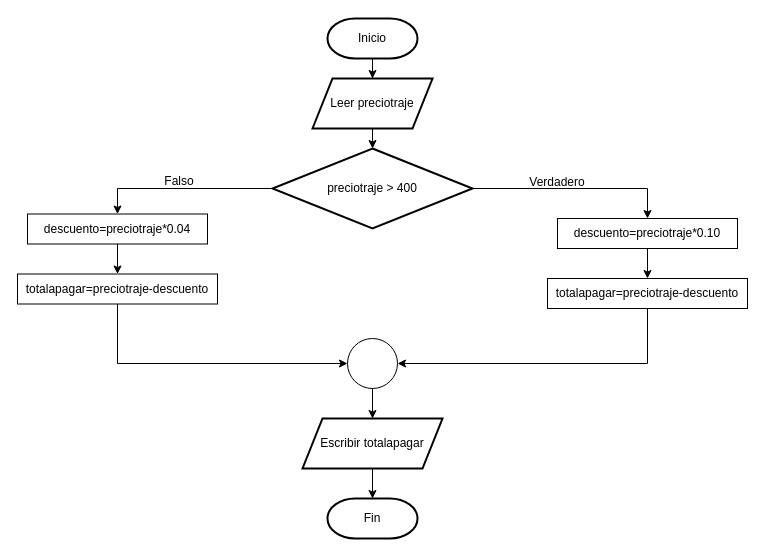
Theo-17/PRACTICA-1 keeps this draw.io diagram as page "Page-2" (2 of 3) of Untitled Diagram.drawio. Above is the earlier version. Source tidied: cells renumbered, new cells numbered last; positions are measured from the earlier drawing's top-left corner, leaving out a move shared by most shapes. Both pictures are drawn from the tidied source at 100%, with x=0, y=0 at pixel (17, 18).
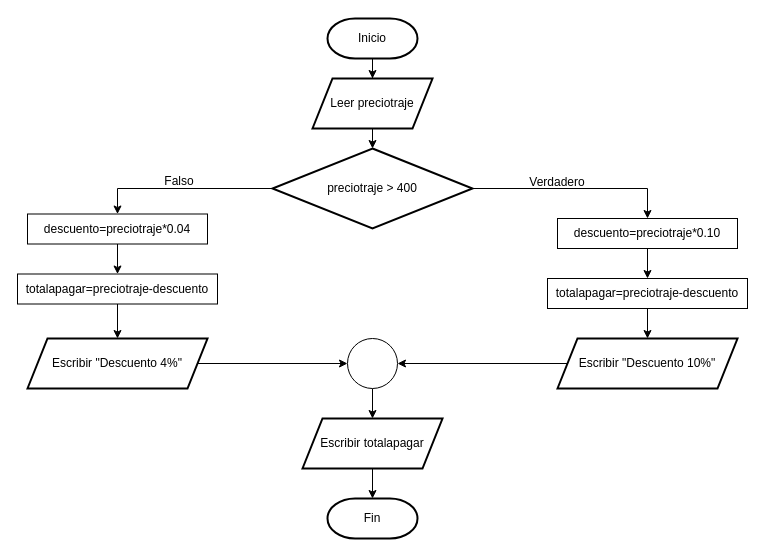
The same page after the edit.

Unchanged cells that the change refers to:
```xml
<mxCell id="15" value="totalapagar=preciotraje-descuento" style="rounded=0;whiteSpace=wrap;html=1;" parent="1" vertex="1">
  <mxGeometry x="530" y="260" width="200" height="30" as="geometry" />
</mxCell>
<mxCell id="21" value="totalapagar=preciotraje-descuento" style="rounded=0;whiteSpace=wrap;html=1;" parent="1" vertex="1">
  <mxGeometry y="255.5" width="200" height="30" as="geometry" />
</mxCell>
<mxCell id="23" style="ellipse;whiteSpace=wrap;html=1;" parent="1" vertex="1">
  <mxGeometry x="330" y="320" width="50" height="50" as="geometry" />
</mxCell>
```

The edit, as a diff of the source:
```diff
@@
-    <mxCell id="14" style="edgeStyle=orthogonalEdgeStyle;rounded=0;jettySize=auto;html=1;entryX=1;entryY=0.5;entryDx=0;entryDy=0;" parent="1" edge="1" source="15" target="23">
-      <mxGeometry relative="1" as="geometry">
-        <Array as="points">
-          <mxPoint x="630" y="345" />
-        </Array>
-      </mxGeometry>
-    </mxCell>
+    <mxCell id="24" style="edgeStyle=orthogonalEdgeStyle;rounded=0;jettySize=auto;html=1;" parent="1" edge="1" source="15" target="29">
+      <mxGeometry relative="1" as="geometry" />
+    </mxCell>
@@
-    <mxCell id="20" style="edgeStyle=orthogonalEdgeStyle;rounded=0;jettySize=auto;html=1;entryX=0;entryY=0.5;entryDx=0;entryDy=0;" parent="1" edge="1" source="21" target="23">
-      <mxGeometry relative="1" as="geometry">
-        <Array as="points">
-          <mxPoint x="100" y="345" />
-        </Array>
-      </mxGeometry>
-    </mxCell>
+    <mxCell id="25" style="edgeStyle=orthogonalEdgeStyle;rounded=0;jettySize=auto;html=1;entryX=0.5;entryY=0;entryDx=0;entryDy=0;" parent="1" edge="1" source="21" target="27">
+      <mxGeometry relative="1" as="geometry" />
+    </mxCell>
@@
+    <mxCell id="26" style="edgeStyle=orthogonalEdgeStyle;rounded=0;jettySize=auto;html=1;entryX=0;entryY=0.5;entryDx=0;entryDy=0;" parent="1" edge="1" source="27" target="23">
+      <mxGeometry relative="1" as="geometry" />
+    </mxCell>
+    <mxCell id="27" value="Escribir &quot;Descuento 4%&quot;" style="shape=parallelogram;perimeter=parallelogramPerimeter;whiteSpace=wrap;html=1;fixedSize=1;strokeWidth=2;" parent="1" vertex="1">
+      <mxGeometry x="10" y="320" width="180" height="50" as="geometry" />
+    </mxCell>
+    <mxCell id="28" style="edgeStyle=orthogonalEdgeStyle;rounded=0;jettySize=auto;html=1;entryX=1;entryY=0.5;entryDx=0;entryDy=0;" parent="1" edge="1" source="29" target="23">
+      <mxGeometry relative="1" as="geometry" />
+    </mxCell>
+    <mxCell id="29" value="Escribir &quot;Descuento 10%&quot;" style="shape=parallelogram;perimeter=parallelogramPerimeter;whiteSpace=wrap;html=1;fixedSize=1;strokeWidth=2;" parent="1" vertex="1">
+      <mxGeometry x="540" y="320" width="180" height="50" as="geometry" />
+    </mxCell>
```
